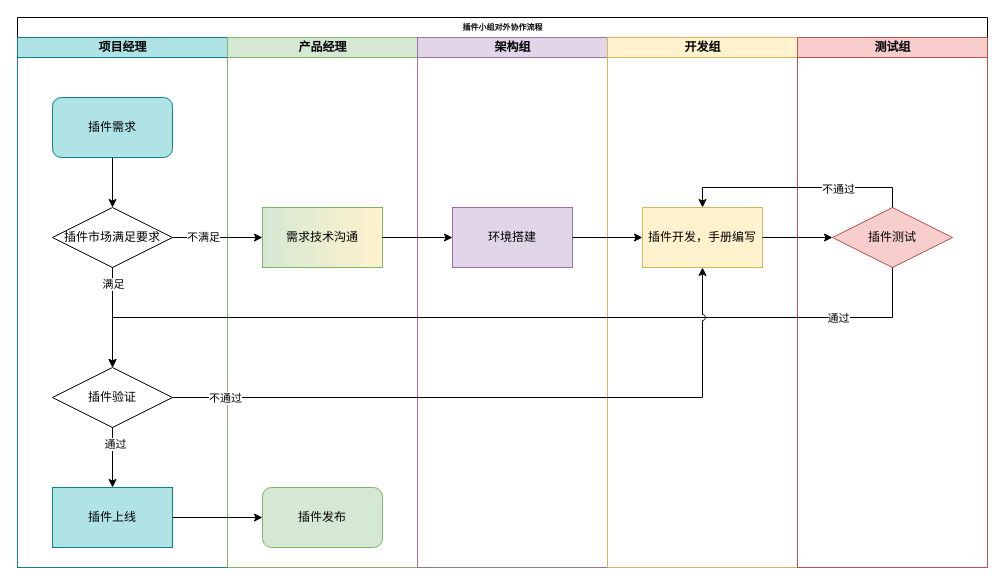
Before: 简化版.drawio in chliang916/ceshi, a draw.io diagram. Source tidied: cells renumbered, new cells numbered last; positions are measured from the earlier drawing's top-left corner, leaving out a move shared by most shapes. Both pictures are drawn from the tidied source at 100%, with x=0, y=0 at pixel (17, 17).
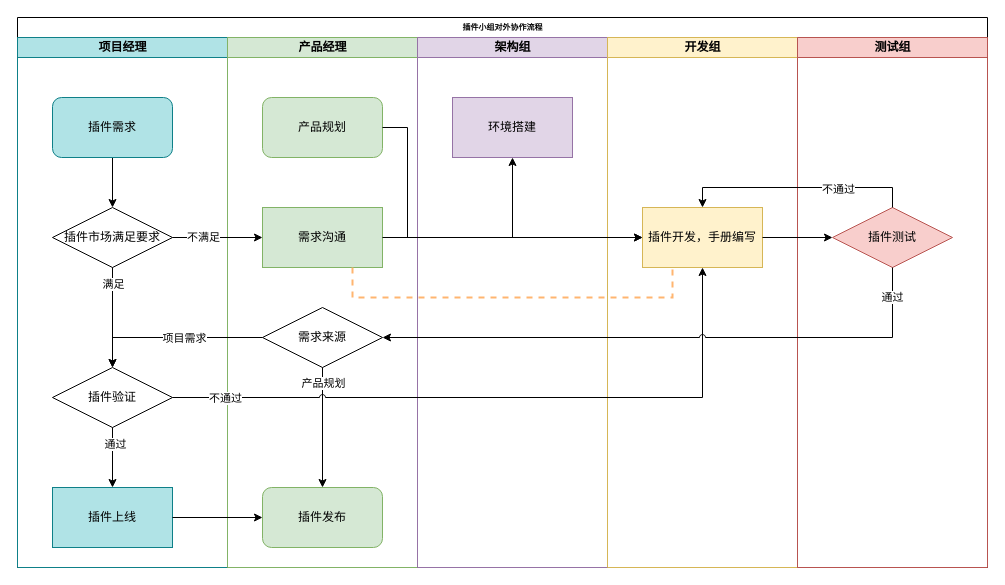
Above is the later version.

Unchanged cells that the change refers to:
```xml
<mxCell id="12" value="插件验证" style="rhombus;whiteSpace=wrap;html=1;fillColor=none;strokeColor=default;" parent="3" vertex="1">
  <mxGeometry x="35" y="330" width="120" height="60" as="geometry" />
</mxCell>
<mxCell id="14" value="插件发布" style="rounded=1;whiteSpace=wrap;html=1;fillColor=#d5e8d4;strokeColor=#82b366;glass=0;sketch=0;shadow=0;" parent="13" vertex="1">
  <mxGeometry x="35" y="450" width="120" height="60" as="geometry" />
</mxCell>
<mxCell id="19" value="插件开发，手册编写" style="rounded=0;whiteSpace=wrap;html=1;fillColor=#fff2cc;strokeColor=#d6b656;" parent="18" vertex="1">
  <mxGeometry x="35" y="170" width="120" height="60" as="geometry" />
</mxCell>
<mxCell id="21" value="插件测试" style="rhombus;whiteSpace=wrap;html=1;fillColor=#f8cecc;strokeColor=#b85450;" parent="20" vertex="1">
  <mxGeometry x="35" y="170" width="120" height="60" as="geometry" />
</mxCell>
```

Change to the diagram source:
```diff
@@
-    <mxCell id="2" value="插件小组对外协作流程" style="swimlane;html=1;startSize=20;rounded=0;shadow=0;labelBackgroundColor=none;strokeWidth=1;fontFamily=Verdana;fontSize=8;align=center;direction=east;swimlaneFillColor=none;" parent="1" vertex="1">
+    <mxCell id="2" value="插件小组对外协作流程" style="swimlane;html=1;startSize=20;rounded=0;shadow=0;labelBackgroundColor=none;strokeWidth=1;fontFamily=Verdana;fontSize=8;align=center;direction=east;swimlaneFillColor=none;fillColor=default;strokeColor=default;fontColor=default;" parent="1" vertex="1">
       <mxGeometry width="970" height="550" as="geometry" />
     </mxCell>
@@
-    <mxCell id="13" value="产品经理" style="swimlane;html=1;startSize=20;fillColor=#d5e8d4;strokeColor=#82b366;swimlaneFillColor=none;" parent="2" vertex="1">
+    <mxCell id="13" value="产品经理" style="swimlane;html=1;startSize=20;fillColor=#d5e8d4;strokeColor=#82b366;swimlaneFillColor=none;fontColor=default;" parent="2" vertex="1">
       <mxGeometry x="210" y="20" width="190" height="530" as="geometry" />
     </mxCell>
@@
-    <mxCell id="15" value="需求技术沟通" style="rounded=0;whiteSpace=wrap;html=1;fillColor=#d5e8d4;strokeColor=#82b366;gradientDirection=east;gradientColor=#FFF2CC;" parent="13" vertex="1">
+    <mxCell id="15" value="需求沟通" style="rounded=0;whiteSpace=wrap;html=1;fillColor=#d5e8d4;strokeColor=#82b366;gradientDirection=east;fontColor=default;" parent="13" vertex="1">
       <mxGeometry x="35" y="170" width="120" height="60" as="geometry" />
     </mxCell>
+    <mxCell id="34" value="产品规划" style="rounded=1;whiteSpace=wrap;html=1;fillColor=#d5e8d4;strokeColor=#82b366;fontColor=default;" parent="13" vertex="1">
+      <mxGeometry x="35" y="60" width="120" height="60" as="geometry" />
+    </mxCell>
+    <mxCell id="35" style="edgeStyle=orthogonalEdgeStyle;rounded=0;jettySize=auto;html=1;exitX=0.5;exitY=1;exitDx=0;exitDy=0;labelBackgroundColor=default;fontColor=default;endArrow=classic;endFill=1;strokeColor=default;" parent="13" edge="1" source="37" target="14">
+      <mxGeometry relative="1" as="geometry" />
+    </mxCell>
+    <mxCell id="36" value="产品规划" style="edgeLabel;html=1;align=center;verticalAlign=middle;fontColor=default;" parent="35" vertex="1">
+      <mxGeometry x="-0.75" relative="1" as="geometry" />
+    </mxCell>
+    <mxCell id="37" value="需求来源" style="rhombus;whiteSpace=wrap;html=1;fillColor=none;strokeColor=default;fontColor=default;" parent="13" vertex="1">
+      <mxGeometry x="35" y="270" width="120" height="60" as="geometry" />
+    </mxCell>
-    <mxCell id="16" value="架构组" style="swimlane;html=1;startSize=20;fillColor=#e1d5e7;strokeColor=#9673a6;" parent="2" vertex="1">
+    <mxCell id="16" value="架构组" style="swimlane;html=1;startSize=20;fillColor=#e1d5e7;strokeColor=#9673a6;fontColor=default;" parent="2" vertex="1">
       <mxGeometry x="400" y="20" width="190" height="530" as="geometry" />
     </mxCell>
-    <mxCell id="17" value="环境搭建" style="rounded=0;whiteSpace=wrap;html=1;fillColor=#e1d5e7;strokeColor=#9673a6;" parent="16" vertex="1">
-      <mxGeometry x="35" y="170" width="120" height="60" as="geometry" />
+    <mxCell id="17" value="环境搭建" style="rounded=0;whiteSpace=wrap;html=1;fillColor=#e1d5e7;strokeColor=#9673a6;fontColor=default;" parent="16" vertex="1">
+      <mxGeometry x="35" y="60" width="120" height="60" as="geometry" />
     </mxCell>
@@
-    <mxCell id="24" style="edgeStyle=orthogonalEdgeStyle;rounded=0;jettySize=auto;html=1;entryX=0;entryY=0.5;entryDx=0;entryDy=0;" parent="2" edge="1" source="15" target="17">
-      <mxGeometry relative="1" as="geometry" />
-    </mxCell>
@@
-    <mxCell id="26" style="edgeStyle=orthogonalEdgeStyle;rounded=0;jettySize=auto;html=1;entryX=0;entryY=0.5;entryDx=0;entryDy=0;endArrow=classic;endFill=1;" parent="2" edge="1" source="17" target="19">
-      <mxGeometry relative="1" as="geometry" />
-    </mxCell>
-    <mxCell id="27" style="edgeStyle=orthogonalEdgeStyle;rounded=0;jettySize=auto;html=1;entryX=0.5;entryY=0;entryDx=0;entryDy=0;endArrow=classic;endFill=1;jumpStyle=arc;exitX=0.5;exitY=1;exitDx=0;exitDy=0;" parent="2" edge="1" source="21" target="12">
-      <mxGeometry relative="1" as="geometry" />
-    </mxCell>
-    <mxCell id="28" value="通过" style="edgeLabel;html=1;align=center;verticalAlign=middle;" parent="27" vertex="1">
-      <mxGeometry x="-0.25" y="3" relative="1" as="geometry">
-        <mxPoint x="225" y="-3" as="offset" />
-      </mxGeometry>
-    </mxCell>
@@
+    <mxCell id="38" style="edgeStyle=orthogonalEdgeStyle;rounded=0;jettySize=auto;html=1;fontColor=default;entryX=0;entryY=0.5;entryDx=0;entryDy=0;strokeColor=default;labelBackgroundColor=default;" parent="2" edge="1" source="15" target="19">
+      <mxGeometry relative="1" as="geometry" />
+    </mxCell>
+    <mxCell id="39" style="edgeStyle=orthogonalEdgeStyle;rounded=0;jettySize=auto;html=1;exitX=0.5;exitY=1;exitDx=0;exitDy=0;entryX=1;entryY=0.5;entryDx=0;entryDy=0;labelBackgroundColor=default;fontColor=default;endArrow=classic;endFill=1;strokeColor=default;jumpStyle=arc;" parent="2" edge="1" source="21" target="37">
+      <mxGeometry relative="1" as="geometry" />
+    </mxCell>
+    <mxCell id="28" value="通过" style="edgeLabel;html=1;align=center;verticalAlign=middle;fontColor=default;labelBackgroundColor=default;" parent="39" vertex="1">
+      <mxGeometry x="-0.9" y="-3" relative="1" as="geometry">
+        <mxPoint x="2" as="offset" />
+      </mxGeometry>
+    </mxCell>
+    <mxCell id="40" style="edgeStyle=orthogonalEdgeStyle;rounded=0;jettySize=auto;html=1;exitX=0;exitY=0.5;exitDx=0;exitDy=0;entryX=0.5;entryY=0;entryDx=0;entryDy=0;labelBackgroundColor=default;fontColor=default;endArrow=classic;endFill=1;strokeColor=default;" parent="2" edge="1" source="37" target="12">
+      <mxGeometry relative="1" as="geometry" />
+    </mxCell>
+    <mxCell id="41" value="项目需求" style="edgeLabel;html=1;align=center;verticalAlign=middle;fontColor=default;" parent="40" vertex="1">
+      <mxGeometry x="-0.12" relative="1" as="geometry" />
+    </mxCell>
+    <mxCell id="42" style="endArrow=none;dashed=1;html=1;strokeWidth=2;rounded=0;labelBackgroundColor=default;fontColor=default;jumpStyle=arc;entryX=0.25;entryY=1;entryDx=0;entryDy=0;strokeColor=#FFB570;exitX=0.75;exitY=1;exitDx=0;exitDy=0;" parent="2" edge="1" source="15" target="19">
+      <mxGeometry relative="1" as="geometry">
+        <Array as="points">
+          <mxPoint x="335" y="280" />
+          <mxPoint x="655" y="280" />
+        </Array>
+      </mxGeometry>
+    </mxCell>
+    <mxCell id="43" style="edgeStyle=orthogonalEdgeStyle;rounded=0;jumpStyle=arc;jettySize=auto;html=1;exitX=1;exitY=0.5;exitDx=0;exitDy=0;entryX=0;entryY=0.5;entryDx=0;entryDy=0;labelBackgroundColor=default;fontColor=default;endArrow=classic;endFill=1;strokeColor=#000000;strokeWidth=1;" parent="2" edge="1" source="34" target="19">
+      <mxGeometry relative="1" as="geometry">
+        <Array as="points">
+          <mxPoint x="390" y="110" />
+          <mxPoint x="390" y="220" />
+        </Array>
+      </mxGeometry>
+    </mxCell>
+    <mxCell id="44" style="endArrow=classic;html=1;rounded=0;labelBackgroundColor=default;fontColor=default;strokeColor=default;entryX=0.5;entryY=1;entryDx=0;entryDy=0;" parent="1" edge="1" target="17">
+      <mxGeometry relative="1" as="geometry">
+        <mxPoint x="495" y="220" as="sourcePoint" />
+      </mxGeometry>
+    </mxCell>
```
